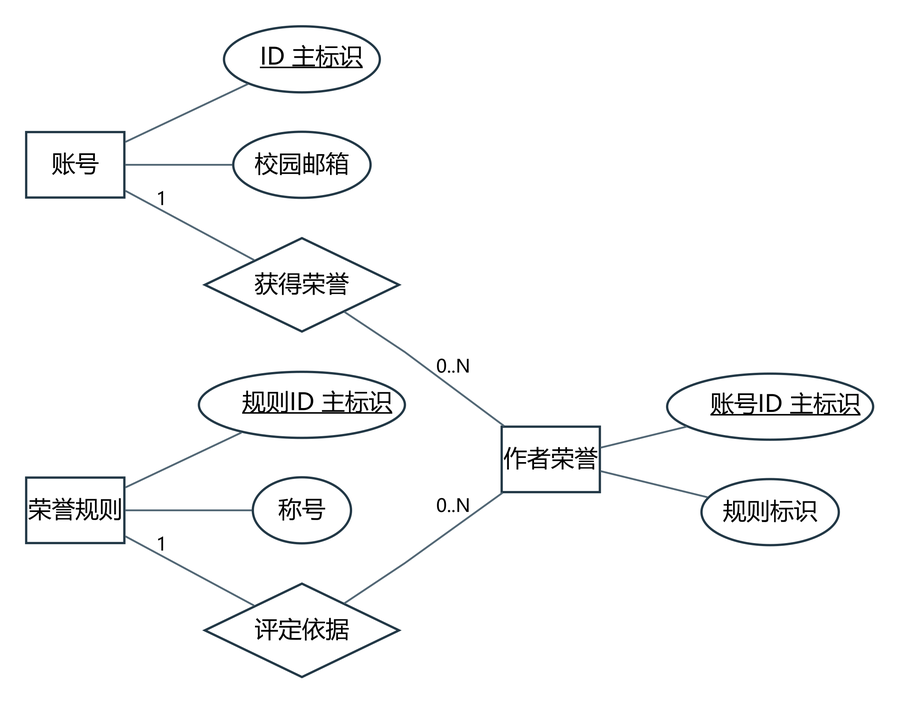
The Graphviz diagram docs/project/models/图表与模型/ER05.png in jason-bitc/HZCU-CampusHub, before a commit. Its source is kept beside it as docs/project/models/图表与模型/ER05.dot. The source it was exported from:
```dot
digraph G {
graph [rankdir=LR,nodesep=0.30,ranksep=0.48,bgcolor="white",splines=polyline,pad=0.20];
node [fontname="Microsoft YaHei",fontsize=13,color="#223846",penwidth=1.25,margin="0.10,0.07",style="rounded,filled",fillcolor="#F6F8FA"];
edge [fontname="Microsoft YaHei",fontsize=10,color="#526775",arrowsize=0.7];
"Account" [shape=box,label="账号",style="filled",fillcolor="white"];
"HonorRule" [shape=box,label="荣誉规则",style="filled",fillcolor="white"];
"HonorAward" [shape=box,label="作者荣誉",style="filled",fillcolor="white"];
"Account_a0" [shape=ellipse,label=<<U>ID 主标识</U>>,style="filled",fillcolor="white"];
"Account_a1" [shape=ellipse,label="校园邮箱",style="filled",fillcolor="white"];
"HonorRule_a0" [shape=ellipse,label=<<U>规则ID 主标识</U>>,style="filled",fillcolor="white"];
"HonorRule_a1" [shape=ellipse,label="称号",style="filled",fillcolor="white"];
"HonorAward_a0" [shape=ellipse,label=<<U>账号ID 主标识</U>>,style="filled",fillcolor="white"];
"HonorAward_a1" [shape=ellipse,label="规则标识",style="filled",fillcolor="white"];
"rel21" [shape=diamond,label="获得荣誉",style="filled",fillcolor="white"];
"rel22" [shape=diamond,label="评定依据",style="filled",fillcolor="white"];
"Account" -> "Account_a0" [label="",dir=none];
"Account" -> "Account_a1" [label="",dir=none];
"HonorRule" -> "HonorRule_a0" [label="",dir=none];
"HonorRule" -> "HonorRule_a1" [label="",dir=none];
"HonorAward" -> "HonorAward_a0" [label="",dir=none];
"HonorAward" -> "HonorAward_a1" [label="",dir=none];
"Account" -> "rel21" [label="1",dir=none];
"rel21" -> "HonorAward" [label="0..N",dir=none];
"HonorRule" -> "rel22" [label="1",dir=none];
"rel22" -> "HonorAward" [label="0..N",dir=none];
}
```
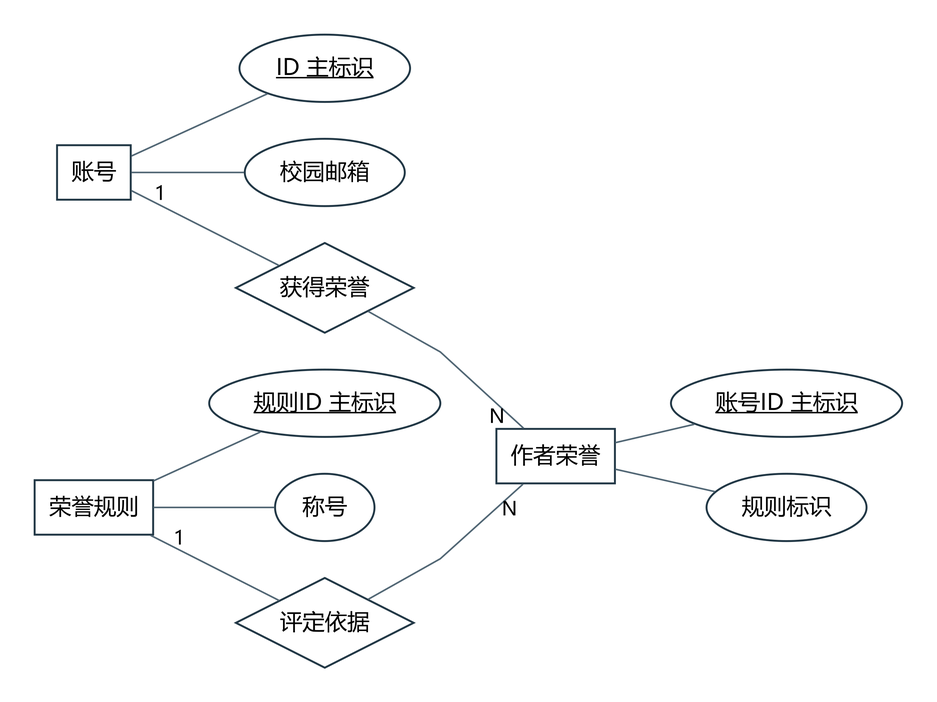
Later version of the same file.

What changed in the source:
```diff
@@ -1,26 +1,26 @@
 digraph G {
-graph [rankdir=LR,nodesep=0.30,ranksep=0.48,bgcolor="white",splines=polyline,pad=0.20];
-node [fontname="Microsoft YaHei",fontsize=13,color="#223846",penwidth=1.25,margin="0.10,0.07",style="rounded,filled",fillcolor="#F6F8FA"];
-edge [fontname="Microsoft YaHei",fontsize=10,color="#526775",arrowsize=0.7];
-"Account" [shape=box,label="账号",style="filled",fillcolor="white"];
-"HonorRule" [shape=box,label="荣誉规则",style="filled",fillcolor="white"];
-"HonorAward" [shape=box,label="作者荣誉",style="filled",fillcolor="white"];
-"Account_a0" [shape=ellipse,label=<<U>ID 主标识</U>>,style="filled",fillcolor="white"];
-"Account_a1" [shape=ellipse,label="校园邮箱",style="filled",fillcolor="white"];
-"HonorRule_a0" [shape=ellipse,label=<<U>规则ID 主标识</U>>,style="filled",fillcolor="white"];
-"HonorRule_a1" [shape=ellipse,label="称号",style="filled",fillcolor="white"];
-"HonorAward_a0" [shape=ellipse,label=<<U>账号ID 主标识</U>>,style="filled",fillcolor="white"];
-"HonorAward_a1" [shape=ellipse,label="规则标识",style="filled",fillcolor="white"];
-"rel21" [shape=diamond,label="获得荣誉",style="filled",fillcolor="white"];
-"rel22" [shape=diamond,label="评定依据",style="filled",fillcolor="white"];
-"Account" -> "Account_a0" [label="",dir=none];
-"Account" -> "Account_a1" [label="",dir=none];
-"HonorRule" -> "HonorRule_a0" [label="",dir=none];
-"HonorRule" -> "HonorRule_a1" [label="",dir=none];
-"HonorAward" -> "HonorAward_a0" [label="",dir=none];
-"HonorAward" -> "HonorAward_a1" [label="",dir=none];
-"Account" -> "rel21" [label="1",dir=none];
-"rel21" -> "HonorAward" [label="0..N",dir=none];
-"HonorRule" -> "rel22" [label="1",dir=none];
-"rel22" -> "HonorAward" [label="0..N",dir=none];
+graph [rankdir=LR,nodesep=0.32,ranksep=0.48,bgcolor="white",splines=polyline,pad=0.30];
+node [fontname="Microsoft YaHei",fontsize=14,color="#223846",penwidth=1.2,margin="0.10,0.08",style="filled",fillcolor="white"];
+edge [fontname="Microsoft YaHei",fontsize=12,color="#526775",dir=none];
+"Account" [shape=box,label="账号",width=0.6389,height=0.4722];
+"HonorRule" [shape=box,label="荣誉规则",width=1.0278,height=0.4722];
+"HonorAward" [shape=box,label="作者荣誉",width=1.0278,height=0.4722];
+"Account_a0" [shape=ellipse,label="ID 主标识",width=1.4794,height=0.5833];
+"Account_a1" [shape=ellipse,label="校园邮箱",width=1.3875,height=0.5833];
+"HonorRule_a0" [shape=ellipse,label="规则ID 主标识",width=2.0044,height=0.5833];
+"HonorRule_a1" [shape=ellipse,label="称号",width=0.8625,height=0.5833];
+"HonorAward_a0" [shape=ellipse,label="账号ID 主标识",width=2.0044,height=0.5833];
+"HonorAward_a1" [shape=ellipse,label="规则标识",width=1.3875,height=0.5833];
+"rel21" [shape=diamond,label="获得荣誉",width=1.5417,height=0.7778];
+"rel22" [shape=diamond,label="评定依据",width=1.5417,height=0.7778];
+"Account" -> "Account_a0" [label="",labeldistance=1.8,labelangle=20,dir=none];
+"Account" -> "Account_a1" [label="",labeldistance=1.8,labelangle=20,dir=none];
+"HonorRule" -> "HonorRule_a0" [label="",labeldistance=1.8,labelangle=20,dir=none];
+"HonorRule" -> "HonorRule_a1" [label="",labeldistance=1.8,labelangle=20,dir=none];
+"HonorAward" -> "HonorAward_a0" [label="",labeldistance=1.8,labelangle=20,dir=none];
+"HonorAward" -> "HonorAward_a1" [label="",labeldistance=1.8,labelangle=20,dir=none];
+"Account" -> "rel21" [taillabel="1",labeldistance=1.8,labelangle=20,dir=none];
+"rel21" -> "HonorAward" [headlabel="N",labeldistance=1.8,labelangle=20,dir=none];
+"HonorRule" -> "rel22" [taillabel="1",labeldistance=1.8,labelangle=20,dir=none];
+"rel22" -> "HonorAward" [headlabel="N",labeldistance=1.8,labelangle=20,dir=none];
 }
```
